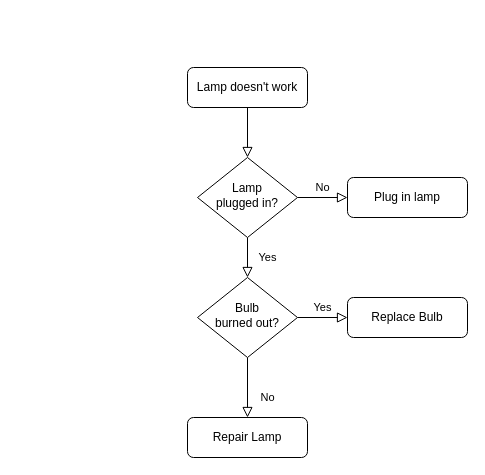
xueshou02/WxJava keeps this draw.io diagram as Untitled Diagram.drawio. Above is the earlier version. Source tidied: cells renumbered, new cells numbered last; positions are measured from the earlier drawing's top-left corner, leaving out a move shared by most shapes. Both pictures are drawn from the tidied source at 100%, with x=0, y=0 at pixel (187, 67).
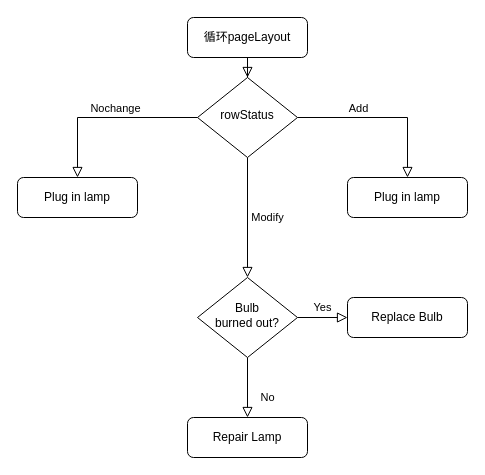
The same diagram, later.

Change to the diagram source:
```diff
@@
 <mxGraphModel>
   <root>
     <mxCell id="0" />
     <mxCell id="1" parent="0" />
     <mxCell id="2" style="rounded=0;html=1;jettySize=auto;fontSize=11;endArrow=block;endFill=0;endSize=8;strokeWidth=1;shadow=0;labelBackgroundColor=none;edgeStyle=orthogonalEdgeStyle;" parent="1" edge="1" source="3" target="6">
       <mxGeometry relative="1" as="geometry" />
     </mxCell>
-    <mxCell id="3" value="Lamp doesn't work" style="rounded=1;whiteSpace=wrap;html=1;fontSize=12;glass=0;strokeWidth=1;shadow=0;" parent="1" vertex="1">
-      <mxGeometry width="120" height="40" as="geometry" />
+    <mxCell id="3" value="循环pageLayout" style="rounded=1;whiteSpace=wrap;html=1;fontSize=12;glass=0;strokeWidth=1;shadow=0;" parent="1" vertex="1">
+      <mxGeometry y="-50" width="120" height="40" as="geometry" />
     </mxCell>
-    <mxCell id="4" value="Yes" style="rounded=0;html=1;jettySize=auto;fontSize=11;endArrow=block;endFill=0;endSize=8;strokeWidth=1;shadow=0;labelBackgroundColor=none;edgeStyle=orthogonalEdgeStyle;" parent="1" edge="1" source="6" target="10">
+    <mxCell id="4" value="Modify" style="rounded=0;html=1;jettySize=auto;fontSize=11;endArrow=block;endFill=0;endSize=8;strokeWidth=1;shadow=0;labelBackgroundColor=none;edgeStyle=orthogonalEdgeStyle;" parent="1" edge="1" source="6" target="10">
       <mxGeometry y="20" relative="1" as="geometry" />
     </mxCell>
-    <mxCell id="5" value="No" style="edgeStyle=orthogonalEdgeStyle;rounded=0;html=1;jettySize=auto;fontSize=11;endArrow=block;endFill=0;endSize=8;strokeWidth=1;shadow=0;labelBackgroundColor=none;" parent="1" edge="1" source="6" target="7">
+    <mxCell id="5" style="edgeStyle=orthogonalEdgeStyle;rounded=0;html=1;jettySize=auto;fontSize=11;endArrow=block;endFill=0;endSize=8;strokeWidth=1;shadow=0;labelBackgroundColor=none;" parent="1" edge="1" source="6" target="7">
       <mxGeometry y="10" relative="1" as="geometry" />
     </mxCell>
+    <mxCell id="13" value="Add" style="edgeLabel;html=1;align=center;verticalAlign=middle;" parent="5" vertex="1">
+      <mxGeometry x="-0.42" y="2" relative="1" as="geometry">
+        <mxPoint x="11" y="-8" as="offset" />
+      </mxGeometry>
+    </mxCell>
-    <mxCell id="6" value="Lamp&lt;br&gt;plugged in?" style="rhombus;whiteSpace=wrap;html=1;shadow=0;fontFamily=Helvetica;fontSize=12;align=center;strokeWidth=1;spacing=6;spacingTop=-4;" parent="1" vertex="1">
-      <mxGeometry x="10" y="90" width="100" height="80" as="geometry" />
+    <mxCell id="6" value="rowStatus" style="rhombus;whiteSpace=wrap;html=1;shadow=0;fontFamily=Helvetica;fontSize=12;align=center;strokeWidth=1;spacing=6;spacingTop=-4;" parent="1" vertex="1">
+      <mxGeometry x="10" y="10" width="100" height="80" as="geometry" />
     </mxCell>
     <mxCell id="7" value="Plug in lamp" style="rounded=1;whiteSpace=wrap;html=1;fontSize=12;glass=0;strokeWidth=1;shadow=0;" parent="1" vertex="1">
       <mxGeometry x="160" y="110" width="120" height="40" as="geometry" />
     </mxCell>
     <mxCell id="8" value="No" style="rounded=0;html=1;jettySize=auto;fontSize=11;endArrow=block;endFill=0;endSize=8;strokeWidth=1;shadow=0;labelBackgroundColor=none;edgeStyle=orthogonalEdgeStyle;" parent="1" edge="1" source="10" target="11">
       <mxGeometry x="0.33" y="20" relative="1" as="geometry" />
     </mxCell>
     <mxCell id="9" value="Yes" style="edgeStyle=orthogonalEdgeStyle;rounded=0;html=1;jettySize=auto;fontSize=11;endArrow=block;endFill=0;endSize=8;strokeWidth=1;shadow=0;labelBackgroundColor=none;" parent="1" edge="1" source="10" target="12">
       <mxGeometry y="10" relative="1" as="geometry" />
     </mxCell>
     <mxCell id="10" value="Bulb&lt;br&gt;burned out?" style="rhombus;whiteSpace=wrap;html=1;shadow=0;fontFamily=Helvetica;fontSize=12;align=center;strokeWidth=1;spacing=6;spacingTop=-4;" parent="1" vertex="1">
       <mxGeometry x="10" y="210" width="100" height="80" as="geometry" />
     </mxCell>
     <mxCell id="11" value="Repair Lamp" style="rounded=1;whiteSpace=wrap;html=1;fontSize=12;glass=0;strokeWidth=1;shadow=0;" parent="1" vertex="1">
       <mxGeometry y="350" width="120" height="40" as="geometry" />
     </mxCell>
     <mxCell id="12" value="Replace Bulb" style="rounded=1;whiteSpace=wrap;html=1;fontSize=12;glass=0;strokeWidth=1;shadow=0;" parent="1" vertex="1">
       <mxGeometry x="160" y="230" width="120" height="40" as="geometry" />
     </mxCell>
+    <mxCell id="14" style="edgeStyle=orthogonalEdgeStyle;rounded=0;html=1;jettySize=auto;fontSize=11;endArrow=block;endFill=0;endSize=8;strokeWidth=1;shadow=0;labelBackgroundColor=none;exitX=0;exitY=0.5;exitDx=0;exitDy=0;" parent="1" edge="1" source="6" target="16">
+      <mxGeometry y="10" relative="1" as="geometry">
+        <Array as="points">
+          <mxPoint x="-110" y="50" />
+        </Array>
+      </mxGeometry>
+    </mxCell>
+    <mxCell id="15" value="Nochange" style="edgeLabel;html=1;align=center;verticalAlign=middle;" parent="14" vertex="1">
+      <mxGeometry x="-0.08" y="1" relative="1" as="geometry">
+        <mxPoint y="-11" as="offset" />
+      </mxGeometry>
+    </mxCell>
+    <mxCell id="16" value="Plug in lamp" style="rounded=1;whiteSpace=wrap;html=1;fontSize=12;glass=0;strokeWidth=1;shadow=0;" parent="1" vertex="1">
+      <mxGeometry x="-170" y="110" width="120" height="40" as="geometry" />
+    </mxCell>
   </root>
 </mxGraphModel>
```
